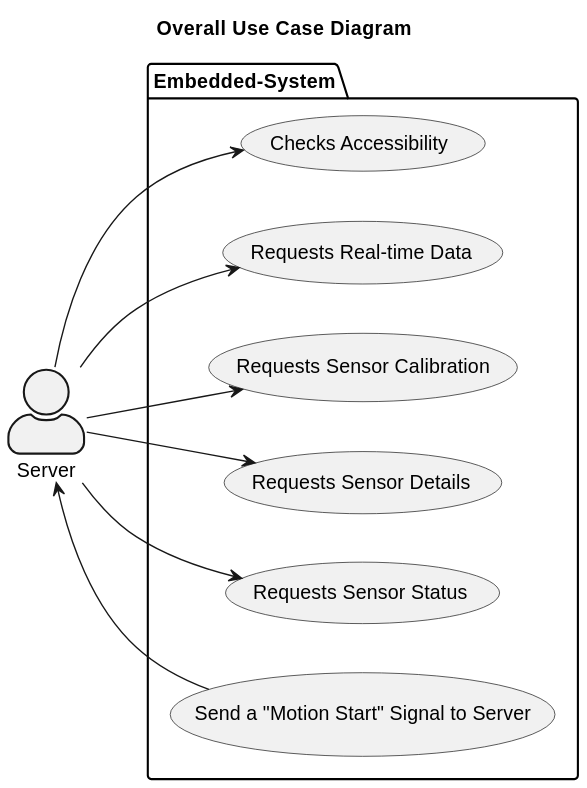
Before: project/RA/UseCasePack/UseCaseDiagram/combination.svg, a diagram exported from PlantUML (DSD-PIrates/DSD-PIrates.github.io).
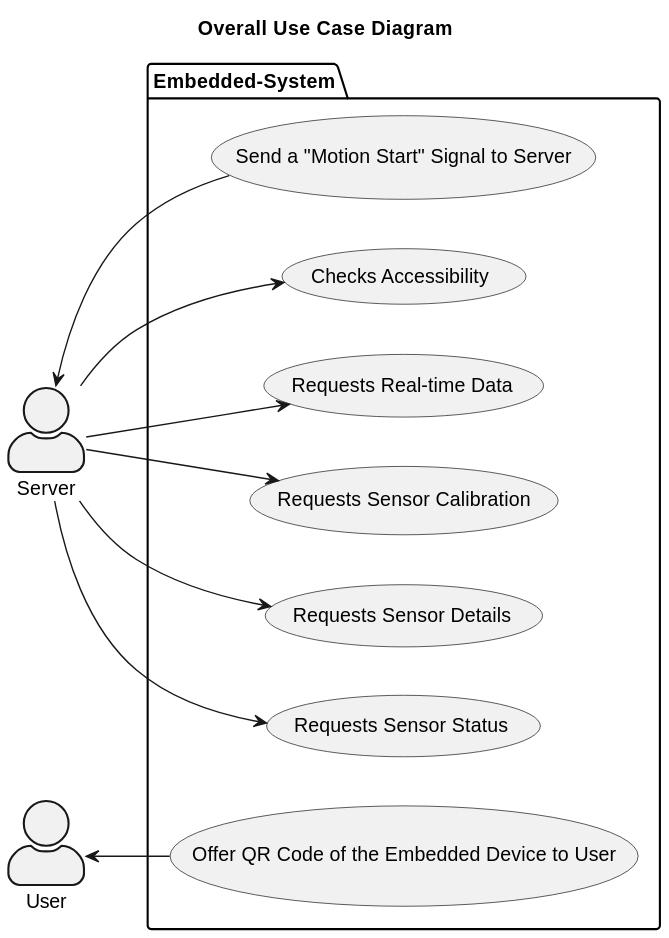
Above is the later version.

Commit message:
add User Case: Offer QR Code of the Embedded Device to User

The edit, as a diff of the source:
```diff
@@ -2,9 +2,12 @@
 
 skinparam actorStyle awesome
 left to right direction
+
 actor Server
+actor User
 title Overall Use Case Diagram
 package Embedded-System {
+    usecase "Offer QR Code of the Embedded Device to User" as OQC
     usecase "Checks Accessibility" as CA
     usecase "Requests Real-time Data" as RRDS
     usecase "Requests Sensor Calibration" as RSC
@@ -13,12 +16,14 @@
     usecase "Send a "Motion Start" Signal to Server" as MS
 }
 
+
 Server --> CA
 Server --> RRDS
 Server --> RSC
 Server --> RSD
 Server --> RSS
 Server <-- MS
+User <-- OQC
 
 
 
```
